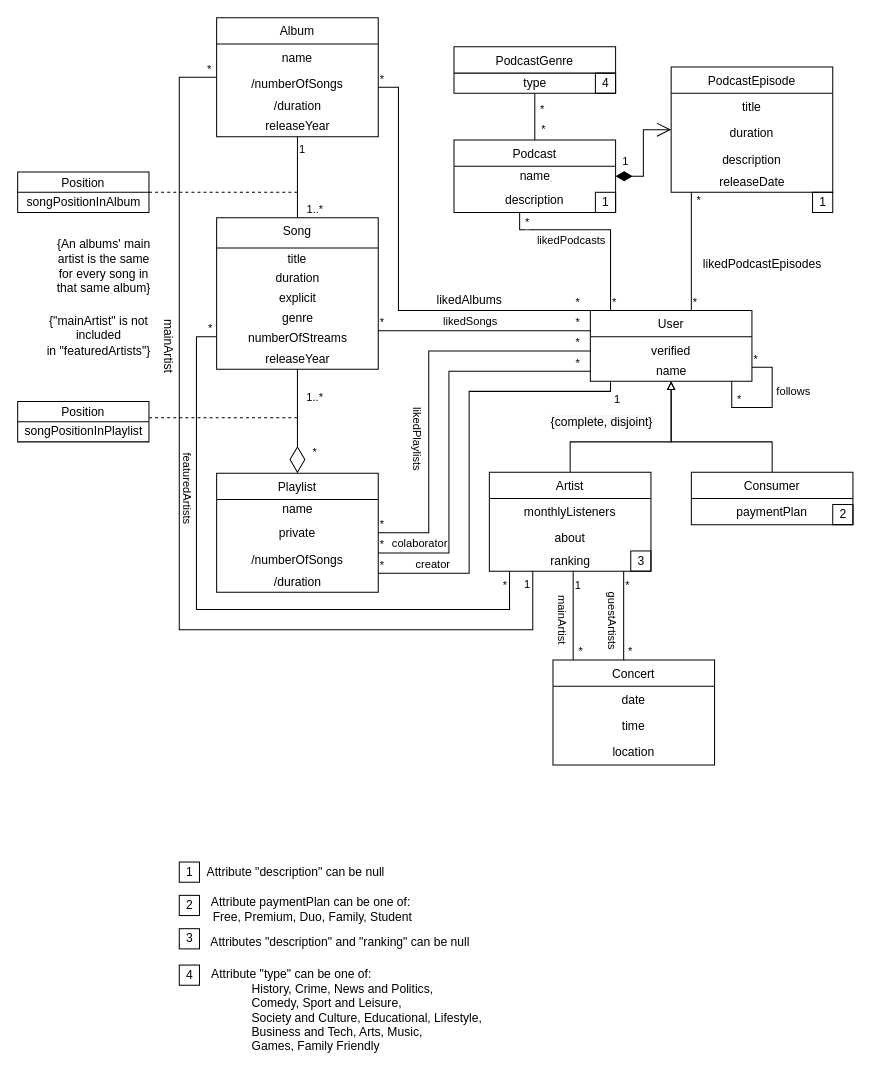
Earlier version of the draw.io diagram page "Page-2" (2 of 2) of 1-delivery/Spotify-class-diag.drawio (Naapperas/feup-bd). Source tidied: cells renumbered, new cells numbered last; positions are measured from the earlier drawing's top-left corner, leaving out a move shared by most shapes. Both pictures are drawn from the tidied source at 101%, with x=0, y=0 at pixel (17, 17).
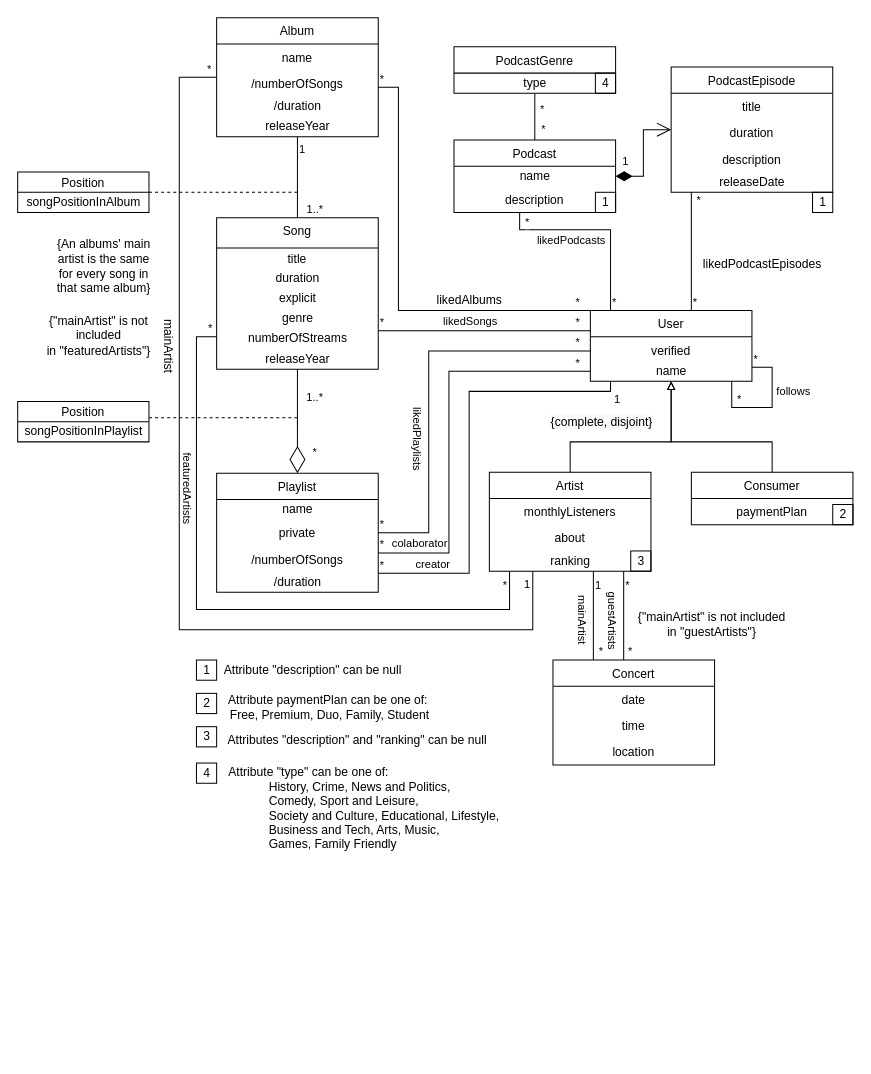
The same page after the edit.

Commit message:
Added guestArtists restriction

Unchanged cells that the change refers to:
```xml
<mxCell id="18" value="Artist" style="swimlane;fontStyle=0;horizontal=1;startSize=26;fillColor=none;align=center;" parent="1" vertex="1">
  <mxGeometry x="467" y="450" width="160" height="98" as="geometry" />
</mxCell>
<mxCell id="26" value="Concert" style="swimlane;fontStyle=0;horizontal=1;startSize=26;fillColor=none;align=center;" parent="1" vertex="1">
  <mxGeometry x="530" y="636" width="160" height="104" as="geometry" />
</mxCell>
```

Change to the diagram source:
```diff
@@
     <mxCell id="65" value="1" style="text;html=1;align=center;verticalAlign=middle;strokeColor=default;fillColor=none;" parent="1" vertex="1">
-      <mxGeometry x="160" y="836" width="20" height="20" as="geometry" />
+      <mxGeometry x="177" y="636" width="20" height="20" as="geometry" />
     </mxCell>
     <mxCell id="66" value="Attribute &quot;description&quot; can be null&lt;br&gt;" style="text;html=1;align=center;verticalAlign=middle;strokeColor=none;fillColor=none;" parent="1" vertex="1">
-      <mxGeometry x="180" y="836" width="190" height="20" as="geometry" />
+      <mxGeometry x="197" y="636" width="190" height="20" as="geometry" />
     </mxCell>
@@
     <mxCell id="71" style="endArrow=none;html=1;edgeStyle=orthogonalEdgeStyle;rounded=0;" parent="1" edge="1" source="18" target="26">
       <mxGeometry relative="1" as="geometry">
         <Array as="points">
-          <mxPoint x="550" y="586" />
-          <mxPoint x="550" y="586" />
+          <mxPoint x="570" y="596" />
+          <mxPoint x="570" y="596" />
         </Array>
       </mxGeometry>
     </mxCell>
@@
     <mxCell id="99" value="Attribute paymentPlan can be one of: &lt;br&gt;&lt;span style=&quot;white-space: pre&quot;&gt; &lt;/span&gt;Free, Premium, Duo, Family, Student" style="text;html=1;align=center;verticalAlign=middle;strokeColor=none;fillColor=none;" parent="1" vertex="1">
-      <mxGeometry x="170" y="868" width="240" height="30" as="geometry" />
+      <mxGeometry x="187" y="668" width="240" height="30" as="geometry" />
     </mxCell>
@@
     <mxCell id="101" value="2" style="text;html=1;align=center;verticalAlign=middle;strokeColor=default;fillColor=none;" parent="1" vertex="1">
-      <mxGeometry x="160" y="869" width="20" height="20" as="geometry" />
+      <mxGeometry x="177" y="669" width="20" height="20" as="geometry" />
     </mxCell>
     <mxCell id="102" value="3" style="text;html=1;align=center;verticalAlign=middle;strokeColor=default;fillColor=none;" parent="1" vertex="1">
-      <mxGeometry x="160" y="902" width="20" height="20" as="geometry" />
+      <mxGeometry x="177" y="702" width="20" height="20" as="geometry" />
     </mxCell>
@@
     <mxCell id="104" value="Attributes &quot;description&quot; and &quot;ranking&quot; can be null" style="text;html=1;align=center;verticalAlign=middle;strokeColor=none;fillColor=none;" parent="1" vertex="1">
-      <mxGeometry x="184" y="906" width="270" height="20" as="geometry" />
+      <mxGeometry x="201" y="706" width="270" height="20" as="geometry" />
     </mxCell>
     <mxCell id="105" value="4" style="text;html=1;align=center;verticalAlign=middle;strokeColor=default;fillColor=none;" parent="1" vertex="1">
-      <mxGeometry x="160" y="938" width="20" height="20" as="geometry" />
+      <mxGeometry x="177" y="738" width="20" height="20" as="geometry" />
     </mxCell>
@@
     <mxCell id="107" value="Attribute &quot;type&quot; can be one of:&lt;br&gt;&lt;blockquote style=&quot;margin: 0 0 0 40px ; border: none ; padding: 0px&quot;&gt;History, Crime, News and Politics,&lt;br&gt;Comedy, Sport and Leisure,&lt;br&gt; Society and Culture, Educational, Lifestyle,&lt;br&gt; Business and Tech, Arts, Music,&lt;/blockquote&gt;&lt;blockquote style=&quot;margin: 0 0 0 40px ; border: none ; padding: 0px&quot;&gt;Games, Family Friendly&lt;/blockquote&gt;" style="text;html=1;align=left;verticalAlign=middle;strokeColor=none;fillColor=none;" parent="1" vertex="1">
-      <mxGeometry x="190" y="938" width="280" height="90" as="geometry" />
+      <mxGeometry x="207" y="738" width="280" height="90" as="geometry" />
     </mxCell>
@@
+    <mxCell id="125" value="&lt;div&gt;{&quot;mainArtist&quot; is not included&lt;/div&gt;&lt;div&gt; in &quot;guestArtists&quot;}&lt;/div&gt;" style="text;html=1;align=center;verticalAlign=middle;strokeColor=none;fillColor=none;" parent="1" vertex="1">
+      <mxGeometry x="607" y="586" width="160" height="30" as="geometry" />
+    </mxCell>
```
